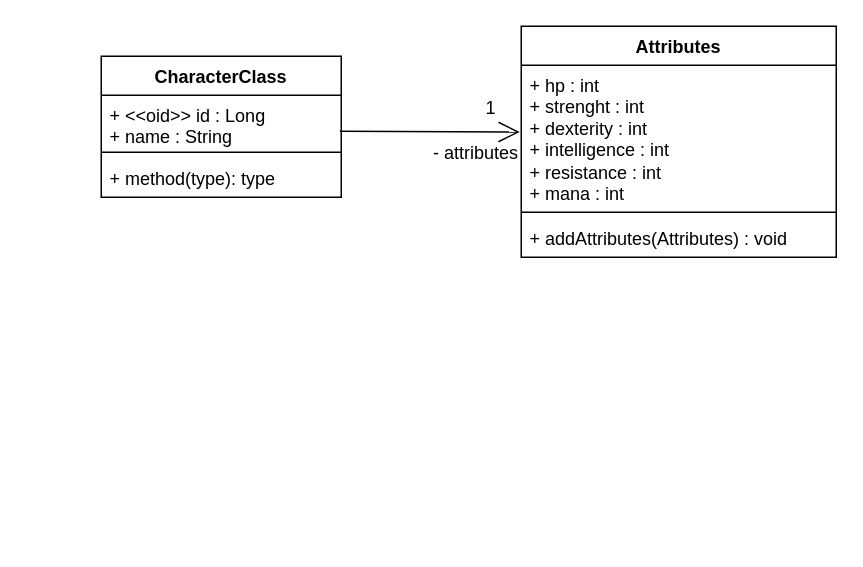
Before: files/UML Class Diagram.drawio in maxguerreiro/system-rpg-springboot4-jpa, a draw.io diagram. Source tidied: cells renumbered, new cells numbered last; positions are measured from the earlier drawing's top-left corner, leaving out a move shared by most shapes. Both pictures are drawn from the tidied source at 150%, with x=0, y=0 at pixel (100, 26).
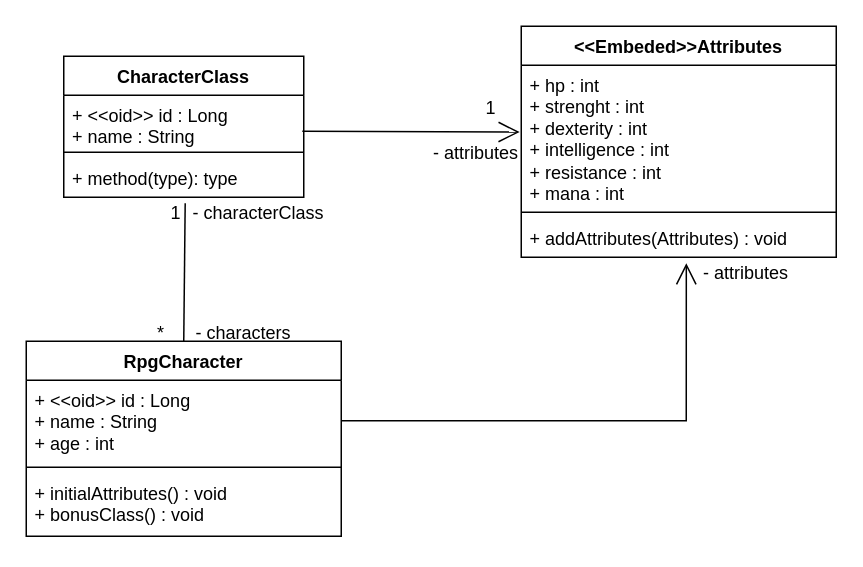
Above is the later version.

Unchanged cells that the change refers to:
```xml
<mxCell id="5" value="+ method(type): type" style="text;strokeColor=none;fillColor=none;align=left;verticalAlign=top;spacingLeft=4;spacingRight=4;overflow=hidden;points=[[0,0.5],[1,0.5]];portConstraint=eastwest;whiteSpace=wrap;html=1;" parent="2" vertex="1">
  <mxGeometry y="68" width="160" height="26" as="geometry" />
</mxCell>
<mxCell id="10" value="+ addAttributes(Attributes) : void" style="text;strokeColor=none;fillColor=none;align=left;verticalAlign=top;spacingLeft=4;spacingRight=4;overflow=hidden;points=[[0,0.5],[1,0.5]];portConstraint=eastwest;whiteSpace=wrap;html=1;" parent="7" vertex="1">
  <mxGeometry y="128" width="210" height="26" as="geometry" />
</mxCell>
```

The edit, as a diff of the source:
```diff
@@
     <mxCell id="2" value="CharacterClass" style="swimlane;fontStyle=1;align=center;verticalAlign=top;horizontal=1;startSize=26;whiteSpace=wrap;html=1;" parent="1" vertex="1">
-      <mxGeometry y="20" width="160" height="94" as="geometry" />
+      <mxGeometry x="-25" y="20" width="160" height="94" as="geometry" />
     </mxCell>
@@
-    <mxCell id="7" value="Attributes" style="swimlane;fontStyle=1;align=center;verticalAlign=top;horizontal=1;startSize=26;whiteSpace=wrap;html=1;" parent="1" vertex="1">
+    <mxCell id="7" value="&amp;lt;&amp;lt;Embeded&amp;gt;&amp;gt;Attributes" style="swimlane;fontStyle=1;align=center;verticalAlign=top;horizontal=1;startSize=26;whiteSpace=wrap;html=1;" parent="1" vertex="1">
       <mxGeometry x="280" width="210" height="154" as="geometry" />
     </mxCell>
@@
+    <mxCell id="13" value="RpgCharacter" style="swimlane;fontStyle=1;align=center;verticalAlign=top;horizontal=1;startSize=26;whiteSpace=wrap;html=1;" parent="1" vertex="1">
+      <mxGeometry x="-50" y="210" width="210" height="130" as="geometry" />
+    </mxCell>
+    <mxCell id="14" value="+ &amp;lt;&amp;lt;oid&amp;gt;&amp;gt; id : Long&lt;div&gt;+ name : String&lt;/div&gt;&lt;div&gt;+ age : int&lt;/div&gt;&lt;div&gt;&lt;br&gt;&lt;/div&gt;" style="text;strokeColor=none;fillColor=none;align=left;verticalAlign=top;spacingLeft=4;spacingRight=4;overflow=hidden;points=[[0,0.5],[1,0.5]];portConstraint=eastwest;whiteSpace=wrap;html=1;" parent="13" vertex="1">
+      <mxGeometry y="26" width="210" height="54" as="geometry" />
+    </mxCell>
+    <mxCell id="15" style="line;strokeWidth=1;fillColor=none;align=left;verticalAlign=middle;spacingTop=-1;spacingLeft=3;spacingRight=3;labelPosition=right;strokeColor=inherit;" parent="13" vertex="1">
+      <mxGeometry y="80" width="210" height="8" as="geometry" />
+    </mxCell>
+    <mxCell id="16" value="+ initialAttributes() : void&lt;div&gt;+ bonusClass() : void&lt;/div&gt;" style="text;strokeColor=none;fillColor=none;align=left;verticalAlign=top;spacingLeft=4;spacingRight=4;overflow=hidden;whiteSpace=wrap;html=1;" parent="13" vertex="1">
+      <mxGeometry y="88" width="210" height="42" as="geometry" />
+    </mxCell>
+    <mxCell id="17" value="- attributes" style="text;html=1;whiteSpace=wrap;strokeColor=none;fillColor=none;align=center;verticalAlign=middle;rounded=0;" parent="1" vertex="1">
+      <mxGeometry x="400" y="150" width="60" height="30" as="geometry" />
+    </mxCell>
+    <mxCell id="18" style="endArrow=open;endFill=1;endSize=12;html=1;rounded=0;strokeColor=default;align=center;verticalAlign=middle;fontFamily=Helvetica;fontSize=11;fontColor=default;labelBackgroundColor=default;exitX=1;exitY=0.5;exitDx=0;exitDy=0;edgeStyle=orthogonalEdgeStyle;entryX=0.524;entryY=1.154;entryDx=0;entryDy=0;entryPerimeter=0;" parent="1" edge="1" source="14" target="10">
+      <mxGeometry relative="1" as="geometry">
+        <Array as="points">
+          <mxPoint x="390" y="263" />
+        </Array>
+      </mxGeometry>
+    </mxCell>
+    <mxCell id="19" style="endArrow=none;html=1;rounded=0;entryX=0.506;entryY=1.154;entryDx=0;entryDy=0;entryPerimeter=0;exitX=0.5;exitY=0;exitDx=0;exitDy=0;" parent="1" edge="1" source="13" target="5">
+      <mxGeometry relative="1" as="geometry" />
+    </mxCell>
+    <mxCell id="20" value="*" style="text;html=1;whiteSpace=wrap;strokeColor=none;fillColor=none;align=center;verticalAlign=middle;rounded=0;" parent="1" vertex="1">
+      <mxGeometry x="10" y="190" width="60" height="30" as="geometry" />
+    </mxCell>
+    <mxCell id="21" value="- characters" style="text;html=1;whiteSpace=wrap;strokeColor=none;fillColor=none;align=center;verticalAlign=middle;rounded=0;" parent="1" vertex="1">
+      <mxGeometry x="55" y="190" width="80" height="30" as="geometry" />
+    </mxCell>
+    <mxCell id="22" value="1" style="text;html=1;whiteSpace=wrap;strokeColor=none;fillColor=none;align=center;verticalAlign=middle;rounded=0;" parent="1" vertex="1">
+      <mxGeometry x="20" y="110" width="60" height="30" as="geometry" />
+    </mxCell>
+    <mxCell id="23" value="- characterClass" style="text;html=1;whiteSpace=wrap;strokeColor=none;fillColor=none;align=center;verticalAlign=middle;rounded=0;" parent="1" vertex="1">
+      <mxGeometry x="60" y="110" width="90" height="30" as="geometry" />
+    </mxCell>
```
